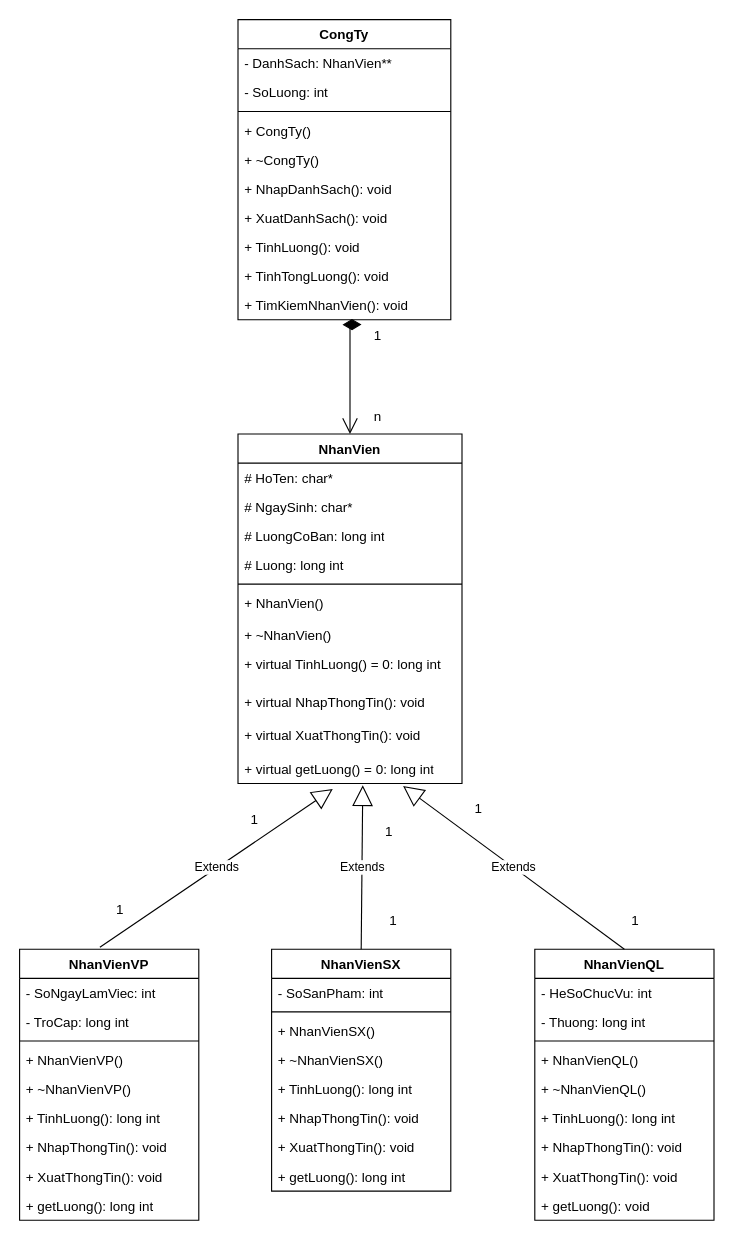
The draw.io diagram Untitled Diagram.drawio in TrinhHoa-23520508/class-diagram, before the edit. Source tidied: cells renumbered, new cells numbered last; positions are measured from the earlier drawing's top-left corner, leaving out a move shared by most shapes. Both pictures are drawn from the tidied source at 112%, with x=0, y=0 at pixel (19, 19).
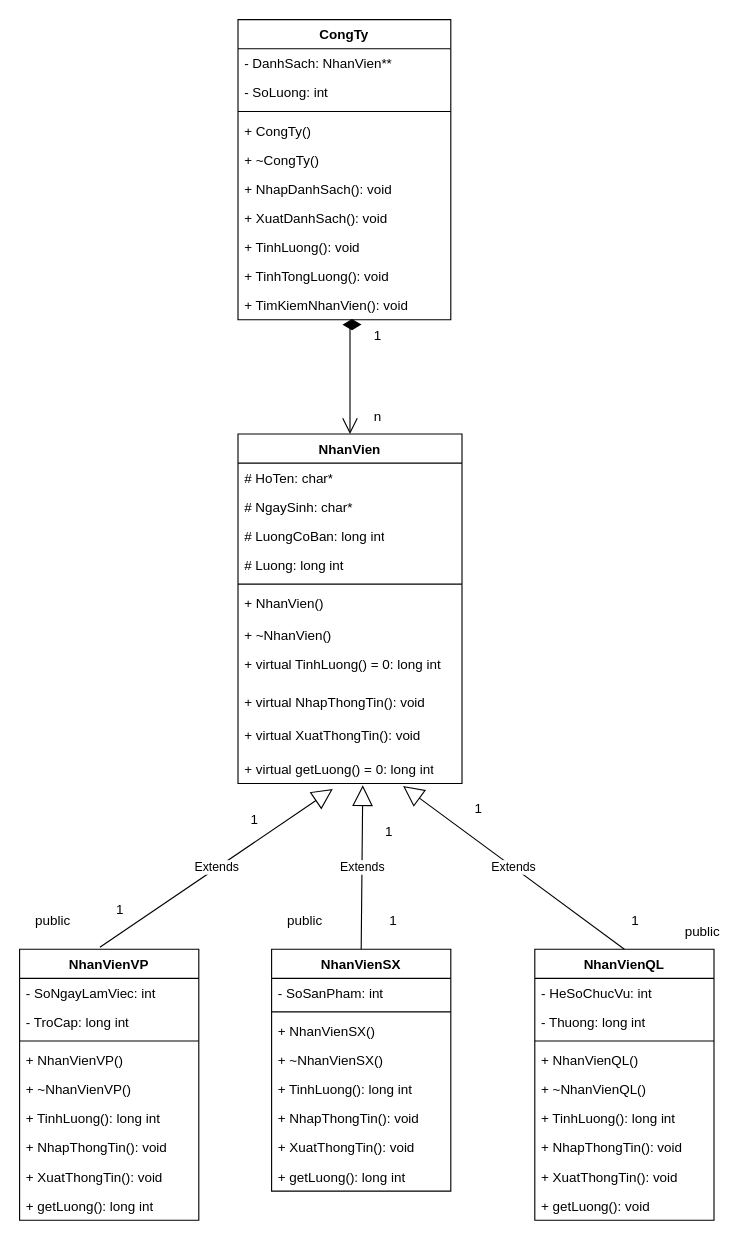
The same page after the edit.

What changed in the source:
```diff
@@
+    <mxCell id="66" value="public" style="text;strokeColor=none;align=center;fillColor=none;html=1;verticalAlign=middle;whiteSpace=wrap;rounded=0;" parent="1" vertex="1">
+      <mxGeometry y="790" width="60" height="30" as="geometry" />
+    </mxCell>
+    <mxCell id="67" value="public" style="text;strokeColor=none;align=center;fillColor=none;html=1;verticalAlign=middle;whiteSpace=wrap;rounded=0;" parent="1" vertex="1">
+      <mxGeometry x="225" y="790" width="60" height="30" as="geometry" />
+    </mxCell>
+    <mxCell id="68" value="public" style="text;strokeColor=none;align=center;fillColor=none;html=1;verticalAlign=middle;whiteSpace=wrap;rounded=0;" parent="1" vertex="1">
+      <mxGeometry x="580" y="800" width="60" height="30" as="geometry" />
+    </mxCell>
```
